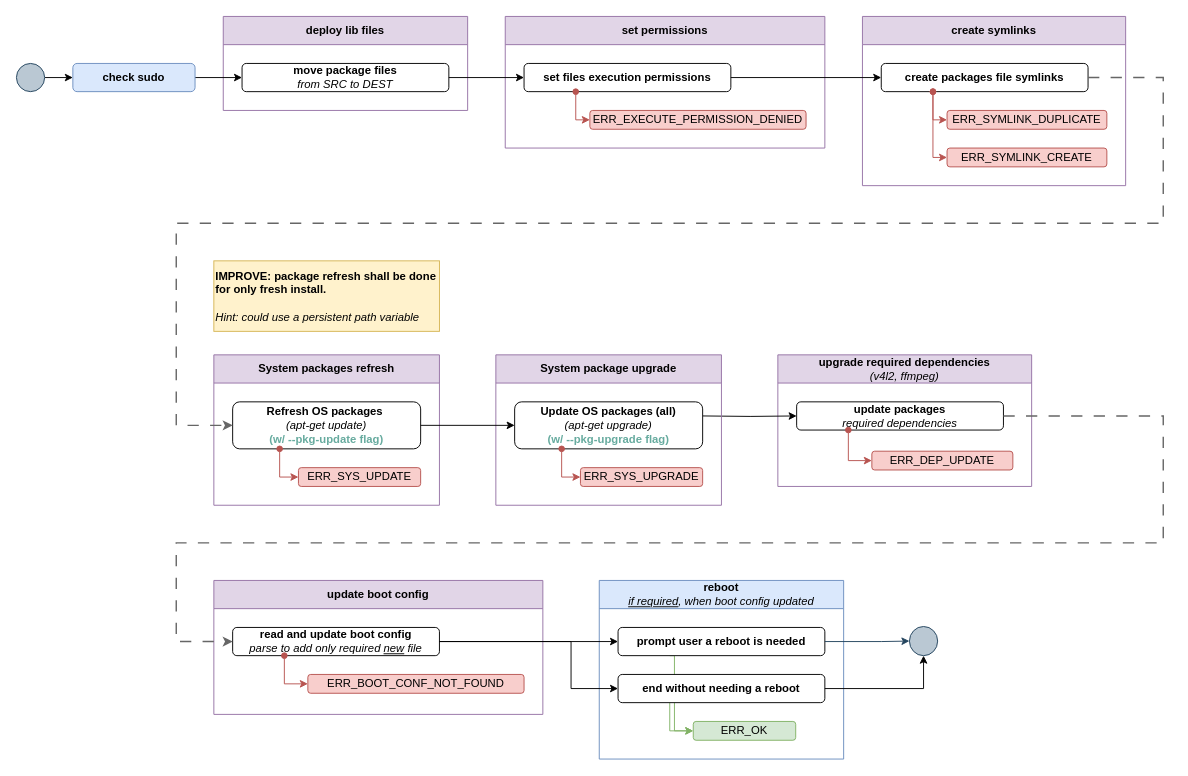
Earlier version of the draw.io diagram page "install" (3 of 8) of docs/arch/arch.drawio (repeact/embedded-sw). Source tidied: cells renumbered, new cells numbered last; positions are measured from the earlier drawing's top-left corner, leaving out a move shared by most shapes. Both pictures are drawn from the tidied source at 94%, with x=0, y=0 at pixel (16, 16).
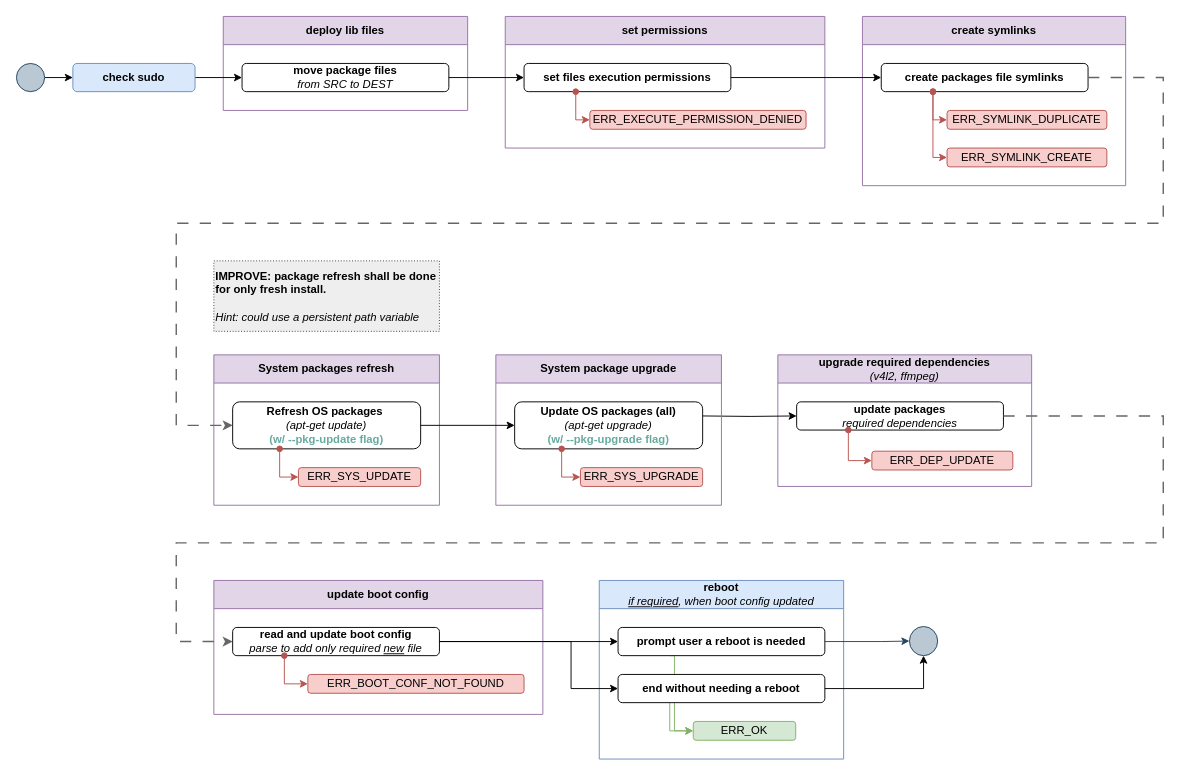
Above is the later version.

Diff of the diagram source:
```diff
@@
-    <mxCell id="51" value="&lt;div style=&quot;&quot;&gt;IMPROVE: package refresh shall be done for only fresh install.&lt;/div&gt;&lt;div style=&quot;&quot;&gt;&lt;br&gt;&lt;/div&gt;&lt;div style=&quot;&quot;&gt;&lt;i style=&quot;font-weight: normal;&quot;&gt;Hint: could use a persistent path variable&lt;/i&gt;&lt;/div&gt;" style="rounded=0;whiteSpace=wrap;html=1;fillColor=#fff2cc;strokeColor=#d6b656;fontStyle=1;align=left;" parent="1" vertex="1">
+    <mxCell id="51" value="&lt;div style=&quot;&quot;&gt;IMPROVE: package refresh shall be done for only fresh install.&lt;/div&gt;&lt;div style=&quot;&quot;&gt;&lt;br&gt;&lt;/div&gt;&lt;div style=&quot;&quot;&gt;&lt;i style=&quot;font-weight: normal;&quot;&gt;Hint: could use a persistent path variable&lt;/i&gt;&lt;/div&gt;" style="rounded=0;whiteSpace=wrap;html=1;fillColor=#eeeeee;strokeColor=#36393d;fontStyle=1;align=left;dashed=1;dashPattern=1 2;" parent="1" vertex="1">
       <mxGeometry x="210" y="260" width="240" height="75" as="geometry" />
     </mxCell>
```
